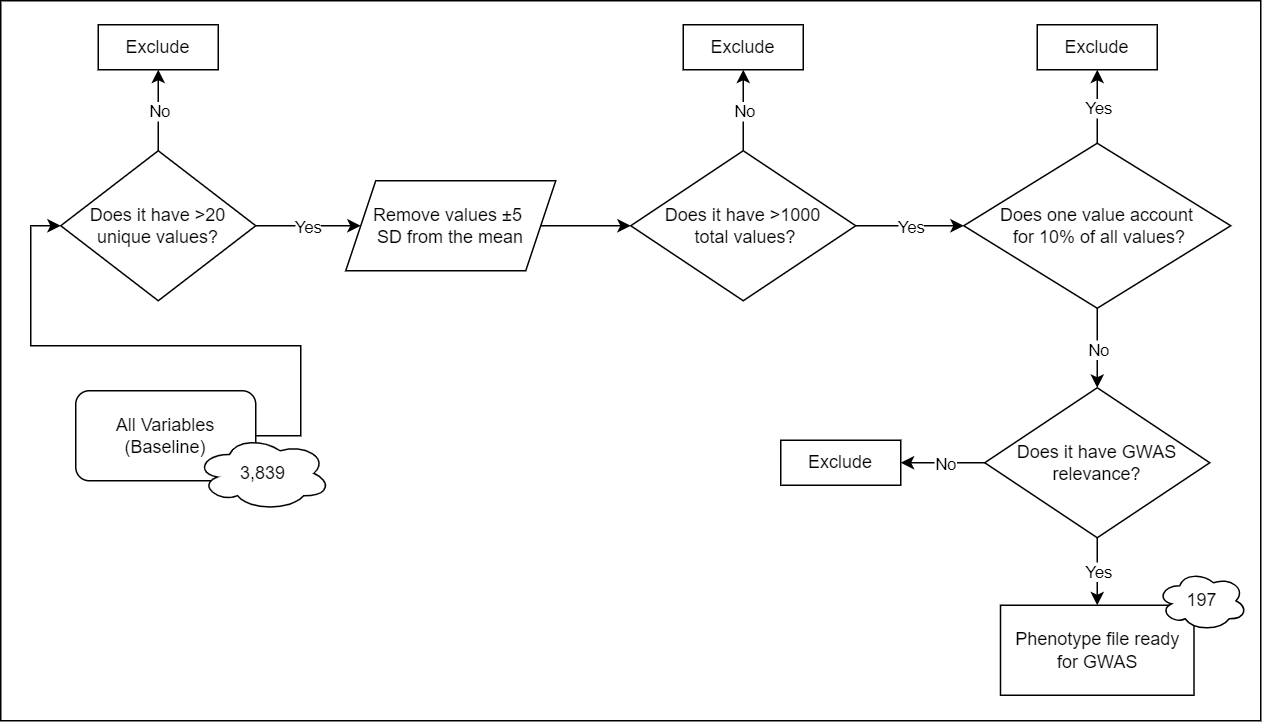
The draw.io diagram pheweb/serve/static/images/continuous_diagram.png in GaglianoTaliun-Lab/CLSA_PheWeb, before a commit. Source tidied: cells renumbered, new cells last; positions are measured from the earlier drawing's top-left corner, leaving out a move shared by most shapes. Its diagram source:
```xml
<mxGraphModel>
  <root>
    <mxCell id="0" />
    <mxCell id="1" parent="0" />
    <mxCell id="2" style="rounded=0;whiteSpace=wrap;html=1;" parent="1" vertex="1">
      <mxGeometry width="840" height="480" as="geometry" />
    </mxCell>
    <mxCell id="3" value="All Variables (Baseline)" style="rounded=1;whiteSpace=wrap;html=1;" parent="1" vertex="1">
      <mxGeometry x="50" y="260" width="120" height="60" as="geometry" />
    </mxCell>
    <mxCell id="4" value="3,839" style="ellipse;shape=cloud;whiteSpace=wrap;html=1;" parent="1" vertex="1">
      <mxGeometry x="130" y="290" width="90" height="50" as="geometry" />
    </mxCell>
    <mxCell id="5" style="endArrow=classic;html=1;rounded=0;exitX=1;exitY=0.5;exitDx=0;exitDy=0;entryX=0;entryY=0.5;entryDx=0;entryDy=0;" parent="1" edge="1" source="3" target="6">
      <mxGeometry relative="1" as="geometry">
        <Array as="points">
          <mxPoint x="200" y="290" />
          <mxPoint x="200" y="230" />
          <mxPoint x="20" y="230" />
          <mxPoint x="20" y="150" />
        </Array>
      </mxGeometry>
    </mxCell>
    <mxCell id="6" value="Does it have &amp;gt;20 unique values?" style="rhombus;whiteSpace=wrap;html=1;" parent="1" vertex="1">
      <mxGeometry x="40" y="100" width="130" height="100" as="geometry" />
    </mxCell>
    <mxCell id="7" style="endArrow=classic;html=1;rounded=0;exitX=0.5;exitY=0;exitDx=0;exitDy=0;entryX=0.5;entryY=1;entryDx=0;entryDy=0;" parent="1" edge="1" source="6" target="9">
      <mxGeometry relative="1" as="geometry" />
    </mxCell>
    <mxCell id="8" value="No" style="edgeLabel;html=1;align=center;verticalAlign=middle;" parent="7" vertex="1">
      <mxGeometry relative="1" as="geometry" />
    </mxCell>
    <mxCell id="9" value="Exclude" style="rounded=0;whiteSpace=wrap;html=1;" parent="1" vertex="1">
      <mxGeometry x="65" y="16" width="80" height="30" as="geometry" />
    </mxCell>
    <mxCell id="10" style="endArrow=classic;html=1;rounded=0;exitX=1;exitY=0.5;exitDx=0;exitDy=0;entryX=0.071;entryY=0.5;entryDx=0;entryDy=0;entryPerimeter=0;" parent="1" edge="1" source="6" target="12">
      <mxGeometry relative="1" as="geometry" />
    </mxCell>
    <mxCell id="11" value="Yes" style="edgeLabel;html=1;align=center;verticalAlign=middle;" parent="10" vertex="1">
      <mxGeometry relative="1" as="geometry" />
    </mxCell>
    <mxCell id="12" value="&lt;font style=&quot;font-size: 12px;&quot;&gt;Remove values&amp;nbsp;&lt;span style=&quot;font-family: arial, sans-serif; text-align: start;&quot;&gt;±5&amp;nbsp;&lt;/span&gt;&lt;/font&gt;&lt;div&gt;&lt;font style=&quot;font-size: 12px;&quot;&gt;&lt;span style=&quot;font-family: arial, sans-serif; text-align: start;&quot;&gt;SD&lt;/span&gt;&lt;/font&gt;&lt;span style=&quot;font-family: arial, sans-serif; text-align: start; background-color: initial;&quot;&gt;&amp;nbsp;from the mean&lt;/span&gt;&lt;/div&gt;" style="shape=parallelogram;perimeter=parallelogramPerimeter;whiteSpace=wrap;html=1;fixedSize=1;" parent="1" vertex="1">
      <mxGeometry x="230" y="120" width="140" height="60" as="geometry" />
    </mxCell>
    <mxCell id="13" style="endArrow=classic;html=1;rounded=0;exitX=1;exitY=0.5;exitDx=0;exitDy=0;entryX=0;entryY=0.5;entryDx=0;entryDy=0;" parent="1" edge="1" source="12" target="14">
      <mxGeometry relative="1" as="geometry" />
    </mxCell>
    <mxCell id="14" value="Does it have &amp;gt;1000&lt;div&gt;&amp;nbsp;total values?&lt;/div&gt;" style="rhombus;whiteSpace=wrap;html=1;" parent="1" vertex="1">
      <mxGeometry x="420" y="100" width="150" height="100" as="geometry" />
    </mxCell>
    <mxCell id="15" style="endArrow=classic;html=1;rounded=0;exitX=0.5;exitY=0;exitDx=0;exitDy=0;entryX=0.5;entryY=1;entryDx=0;entryDy=0;" parent="1" edge="1" source="14" target="17">
      <mxGeometry relative="1" as="geometry" />
    </mxCell>
    <mxCell id="16" value="No" style="edgeLabel;html=1;align=center;verticalAlign=middle;" parent="15" vertex="1">
      <mxGeometry relative="1" as="geometry" />
    </mxCell>
    <mxCell id="17" value="Exclude" style="rounded=0;whiteSpace=wrap;html=1;" parent="1" vertex="1">
      <mxGeometry x="455" y="16" width="80" height="30" as="geometry" />
    </mxCell>
    <mxCell id="18" style="endArrow=classic;html=1;rounded=0;exitX=1;exitY=0.5;exitDx=0;exitDy=0;entryX=0;entryY=0.5;entryDx=0;entryDy=0;" parent="1" edge="1" source="14" target="20">
      <mxGeometry relative="1" as="geometry" />
    </mxCell>
    <mxCell id="19" value="Yes" style="edgeLabel;html=1;align=center;verticalAlign=middle;" parent="18" vertex="1">
      <mxGeometry relative="1" as="geometry" />
    </mxCell>
    <mxCell id="20" value="Does one value account&lt;div&gt;&amp;nbsp;for 10% of all values?&lt;/div&gt;" style="rhombus;whiteSpace=wrap;html=1;" parent="1" vertex="1">
      <mxGeometry x="642" y="95" width="178" height="110" as="geometry" />
    </mxCell>
    <mxCell id="21" style="endArrow=classic;html=1;rounded=0;exitX=0.5;exitY=0;exitDx=0;exitDy=0;entryX=0.5;entryY=1;entryDx=0;entryDy=0;" parent="1" edge="1" source="20" target="23">
      <mxGeometry relative="1" as="geometry" />
    </mxCell>
    <mxCell id="22" value="Yes" style="edgeLabel;html=1;align=center;verticalAlign=middle;" parent="21" vertex="1">
      <mxGeometry relative="1" as="geometry" />
    </mxCell>
    <mxCell id="23" value="Exclude" style="rounded=0;whiteSpace=wrap;html=1;" parent="1" vertex="1">
      <mxGeometry x="691" y="16" width="80" height="30" as="geometry" />
    </mxCell>
    <mxCell id="24" style="endArrow=classic;html=1;rounded=0;exitX=0.5;exitY=1;exitDx=0;exitDy=0;entryX=0.5;entryY=0;entryDx=0;entryDy=0;" parent="1" edge="1" source="20" target="26">
      <mxGeometry relative="1" as="geometry" />
    </mxCell>
    <mxCell id="25" value="No" style="edgeLabel;html=1;align=center;verticalAlign=middle;" parent="24" vertex="1">
      <mxGeometry relative="1" as="geometry" />
    </mxCell>
    <mxCell id="26" value="Does it have GWAS relevance?" style="rhombus;whiteSpace=wrap;html=1;" parent="1" vertex="1">
      <mxGeometry x="656" y="258" width="150" height="100" as="geometry" />
    </mxCell>
    <mxCell id="27" value="Exclude" style="rounded=0;whiteSpace=wrap;html=1;" parent="1" vertex="1">
      <mxGeometry x="520" y="293" width="80" height="30" as="geometry" />
    </mxCell>
    <mxCell id="28" style="endArrow=classic;html=1;rounded=0;exitX=0;exitY=0.5;exitDx=0;exitDy=0;entryX=1;entryY=0.5;entryDx=0;entryDy=0;" parent="1" edge="1" source="26" target="27">
      <mxGeometry relative="1" as="geometry" />
    </mxCell>
    <mxCell id="29" value="No" style="edgeLabel;html=1;align=center;verticalAlign=middle;" parent="28" vertex="1">
      <mxGeometry relative="1" as="geometry" />
    </mxCell>
    <mxCell id="30" value="Phenotype file ready&lt;div&gt;for GWAS&lt;/div&gt;" style="rounded=0;whiteSpace=wrap;html=1;" parent="1" vertex="1">
      <mxGeometry x="666.5" y="403" width="129" height="60" as="geometry" />
    </mxCell>
    <mxCell id="31" style="endArrow=classic;html=1;rounded=0;exitX=0.5;exitY=1;exitDx=0;exitDy=0;entryX=0.5;entryY=0;entryDx=0;entryDy=0;" parent="1" edge="1" source="26" target="30">
      <mxGeometry relative="1" as="geometry" />
    </mxCell>
    <mxCell id="32" value="Yes" style="edgeLabel;html=1;align=center;verticalAlign=middle;" parent="31" vertex="1">
      <mxGeometry relative="1" as="geometry" />
    </mxCell>
    <mxCell id="33" value="197" style="ellipse;shape=cloud;whiteSpace=wrap;html=1;" parent="1" vertex="1">
      <mxGeometry x="771" y="380" width="60" height="40" as="geometry" />
    </mxCell>
  </root>
</mxGraphModel>
```
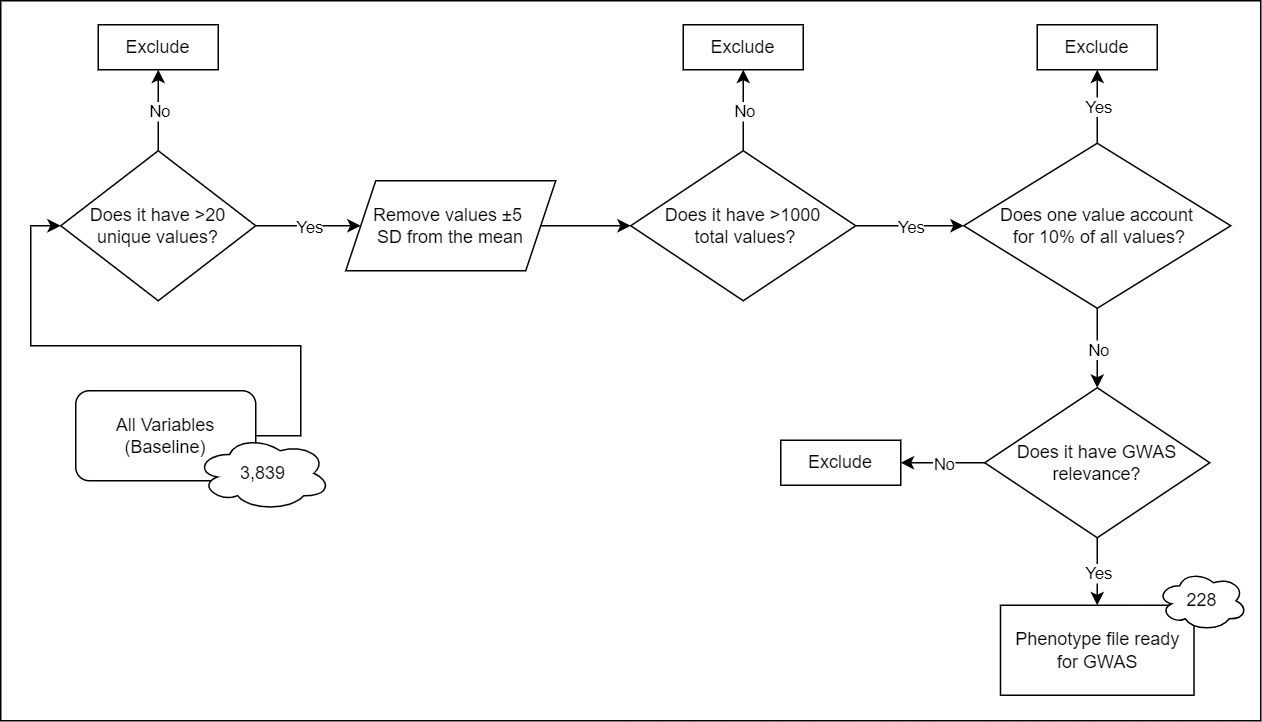
After the change.

Change to the diagram source:
```diff
@@ -102,7 +102,7 @@
     <mxCell id="32" value="Yes" style="edgeLabel;html=1;align=center;verticalAlign=middle;" parent="31" vertex="1">
       <mxGeometry relative="1" as="geometry" />
     </mxCell>
-    <mxCell id="33" value="197" style="ellipse;shape=cloud;whiteSpace=wrap;html=1;" parent="1" vertex="1">
+    <mxCell id="33" value="228" style="ellipse;shape=cloud;whiteSpace=wrap;html=1;" parent="1" vertex="1">
       <mxGeometry x="771" y="380" width="60" height="40" as="geometry" />
     </mxCell>
   </root>
```
